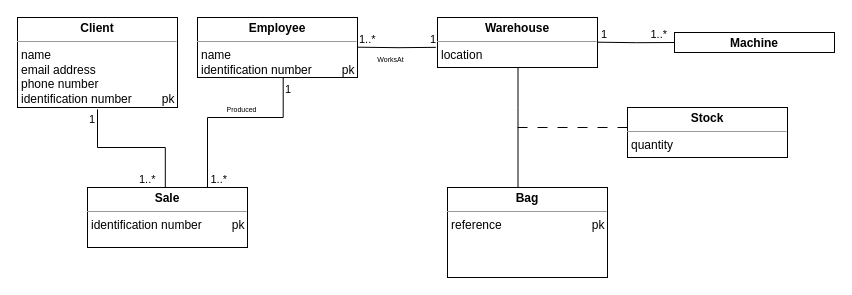
Above: factory.drawio in asilva1604/BD-PROJ-23-24 (draw.io), before the change. Source tidied: cells renumbered, new cells numbered last; positions are measured from the earlier drawing's top-left corner, leaving out a move shared by most shapes. Both pictures are drawn from the tidied source at 100%, with x=0, y=0 at pixel (17, 17).
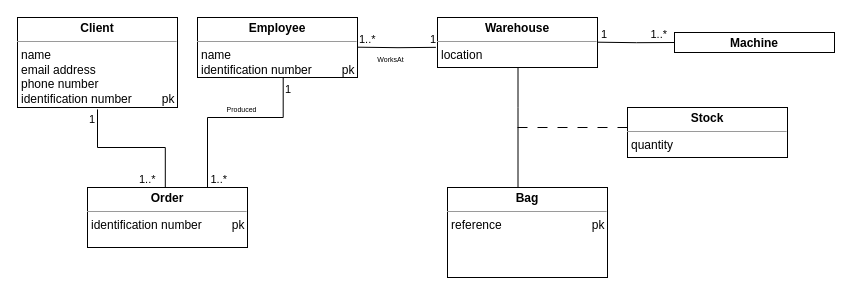
The same diagram, later.

Diff of the diagram source:
```diff
@@
-    <mxCell id="4" value="&lt;p style=&quot;margin:0px;margin-top:4px;text-align:center;&quot;&gt;&lt;b&gt;Sale&lt;/b&gt;&lt;/p&gt;&lt;hr size=&quot;1&quot;&gt;&lt;p style=&quot;margin:0px;margin-left:4px;&quot;&gt;identification number&amp;nbsp;&amp;nbsp;&amp;nbsp;&amp;nbsp;&amp;nbsp;&amp;nbsp;&amp;nbsp;&amp;nbsp; pk&lt;br&gt;&lt;/p&gt;&lt;p style=&quot;margin:0px;margin-left:4px;&quot;&gt;&lt;br&gt;&lt;/p&gt;" style="verticalAlign=top;align=left;overflow=fill;fontSize=12;fontFamily=Helvetica;html=1;whiteSpace=wrap;" parent="1" vertex="1">
+    <mxCell id="4" value="&lt;p style=&quot;margin:0px;margin-top:4px;text-align:center;&quot;&gt;&lt;b&gt;Order&lt;/b&gt;&lt;br&gt;&lt;/p&gt;&lt;hr size=&quot;1&quot;&gt;&lt;p style=&quot;margin:0px;margin-left:4px;&quot;&gt;identification number&amp;nbsp;&amp;nbsp;&amp;nbsp;&amp;nbsp;&amp;nbsp;&amp;nbsp;&amp;nbsp;&amp;nbsp; pk&lt;br&gt;&lt;/p&gt;&lt;p style=&quot;margin:0px;margin-left:4px;&quot;&gt;&lt;br&gt;&lt;/p&gt;" style="verticalAlign=top;align=left;overflow=fill;fontSize=12;fontFamily=Helvetica;html=1;whiteSpace=wrap;" parent="1" vertex="1">
       <mxGeometry x="70" y="170" width="160" height="60" as="geometry" />
     </mxCell>
```
